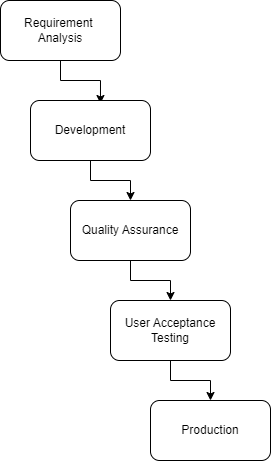
Earlier version of the draw.io export paper/figures/testing_process.png (HENERALPEPITO/DengueDash). Source tidied: cells renumbered, new cells last; positions are measured from the earlier drawing's top-left corner, leaving out a move shared by most shapes.
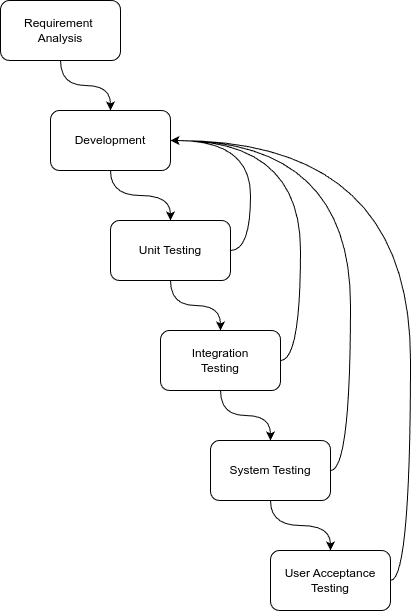
Later version of the same file.

Diff of the diagram source:
```diff
@@ -2,32 +2,50 @@
   <root>
     <mxCell id="0" />
     <mxCell id="1" parent="0" />
-    <mxCell id="2" style="edgeStyle=orthogonalEdgeStyle;rounded=0;jettySize=auto;html=1;entryX=0.583;entryY=0.05;entryDx=0;entryDy=0;entryPerimeter=0;" parent="1" edge="1" source="3" target="7">
+    <mxCell id="2" style="edgeStyle=orthogonalEdgeStyle;rounded=0;jettySize=auto;html=1;curved=1;" parent="1" edge="1" source="3" target="7">
       <mxGeometry relative="1" as="geometry" />
     </mxCell>
     <mxCell id="3" value="Requirement&amp;nbsp;&lt;div&gt;Analysis&lt;/div&gt;" style="rounded=1;whiteSpace=wrap;html=1;" parent="1" vertex="1">
-      <mxGeometry width="120" height="60" as="geometry" />
+      <mxGeometry y="-10" width="120" height="60" as="geometry" />
     </mxCell>
-    <mxCell id="4" style="edgeStyle=orthogonalEdgeStyle;rounded=0;jettySize=auto;html=1;" parent="1" edge="1" source="5" target="9">
-      <mxGeometry relative="1" as="geometry" />
-    </mxCell>
-    <mxCell id="5" value="Quality Assurance" style="rounded=1;whiteSpace=wrap;html=1;" parent="1" vertex="1">
-      <mxGeometry x="70" y="200" width="120" height="60" as="geometry" />
-    </mxCell>
-    <mxCell id="6" style="edgeStyle=orthogonalEdgeStyle;rounded=0;jettySize=auto;html=1;entryX=0.5;entryY=0;entryDx=0;entryDy=0;" parent="1" edge="1" source="7" target="5">
-      <mxGeometry relative="1" as="geometry" />
-    </mxCell>
+    <mxCell id="11" style="edgeStyle=orthogonalEdgeStyle;rounded=0;jettySize=auto;html=1;entryX=0.5;entryY=0;entryDx=0;entryDy=0;curved=1;" parent="1" edge="1" source="7" target="14">
+      <mxGeometry relative="1" as="geometry" />
+    </mxCell>
     <mxCell id="7" value="Development" style="rounded=1;whiteSpace=wrap;html=1;" parent="1" vertex="1">
-      <mxGeometry x="30" y="100" width="120" height="60" as="geometry" />
+      <mxGeometry x="50" y="100" width="120" height="60" as="geometry" />
     </mxCell>
-    <mxCell id="8" style="edgeStyle=orthogonalEdgeStyle;rounded=0;jettySize=auto;html=1;" parent="1" edge="1" source="9" target="10">
-      <mxGeometry relative="1" as="geometry" />
-    </mxCell>
+    <mxCell id="12" style="edgeStyle=orthogonalEdgeStyle;rounded=0;jettySize=auto;html=1;entryX=1;entryY=0.5;entryDx=0;entryDy=0;exitX=1;exitY=0.5;exitDx=0;exitDy=0;curved=1;" parent="1" edge="1" source="14" target="7">
+      <mxGeometry relative="1" as="geometry" />
+    </mxCell>
+    <mxCell id="13" style="edgeStyle=orthogonalEdgeStyle;rounded=0;jettySize=auto;html=1;entryX=0.5;entryY=0;entryDx=0;entryDy=0;curved=1;" parent="1" edge="1" source="14" target="16">
+      <mxGeometry relative="1" as="geometry" />
+    </mxCell>
+    <mxCell id="14" value="Unit Testing" style="rounded=1;whiteSpace=wrap;html=1;" parent="1" vertex="1">
+      <mxGeometry x="110" y="210" width="120" height="60" as="geometry" />
+    </mxCell>
+    <mxCell id="15" style="edgeStyle=orthogonalEdgeStyle;rounded=0;jettySize=auto;html=1;curved=1;" parent="1" edge="1" source="16" target="19">
+      <mxGeometry relative="1" as="geometry" />
+    </mxCell>
+    <mxCell id="16" value="Integration&lt;div&gt;Testing&lt;/div&gt;" style="rounded=1;whiteSpace=wrap;html=1;" parent="1" vertex="1">
+      <mxGeometry x="160" y="320" width="120" height="60" as="geometry" />
+    </mxCell>
+    <mxCell id="17" style="edgeStyle=orthogonalEdgeStyle;rounded=0;jettySize=auto;html=1;curved=1;" parent="1" edge="1" source="19" target="9">
+      <mxGeometry relative="1" as="geometry" />
+    </mxCell>
+    <mxCell id="18" style="edgeStyle=orthogonalEdgeStyle;rounded=0;jettySize=auto;html=1;entryX=1;entryY=0.5;entryDx=0;entryDy=0;exitX=1;exitY=0.5;exitDx=0;exitDy=0;curved=1;" parent="1" edge="1" source="19" target="7">
+      <mxGeometry relative="1" as="geometry" />
+    </mxCell>
+    <mxCell id="19" value="System Testing" style="rounded=1;whiteSpace=wrap;html=1;" parent="1" vertex="1">
+      <mxGeometry x="210" y="430" width="120" height="60" as="geometry" />
+    </mxCell>
+    <mxCell id="20" style="edgeStyle=orthogonalEdgeStyle;rounded=0;jettySize=auto;html=1;entryX=1;entryY=0.5;entryDx=0;entryDy=0;exitX=1;exitY=0.5;exitDx=0;exitDy=0;curved=1;" parent="1" edge="1" source="9" target="7">
+      <mxGeometry relative="1" as="geometry" />
+    </mxCell>
     <mxCell id="9" value="User Acceptance Testing" style="rounded=1;whiteSpace=wrap;html=1;" parent="1" vertex="1">
-      <mxGeometry x="110" y="300" width="120" height="60" as="geometry" />
+      <mxGeometry x="270" y="540" width="120" height="60" as="geometry" />
     </mxCell>
-    <mxCell id="10" value="Production" style="rounded=1;whiteSpace=wrap;html=1;" parent="1" vertex="1">
-      <mxGeometry x="150" y="400" width="120" height="60" as="geometry" />
-    </mxCell>
+    <mxCell id="21" style="edgeStyle=orthogonalEdgeStyle;rounded=0;jettySize=auto;html=1;entryX=1;entryY=0.5;entryDx=0;entryDy=0;exitX=1;exitY=0.5;exitDx=0;exitDy=0;curved=1;" parent="1" edge="1" source="16" target="7">
+      <mxGeometry relative="1" as="geometry" />
+    </mxCell>
   </root>
 </mxGraphModel>
```
